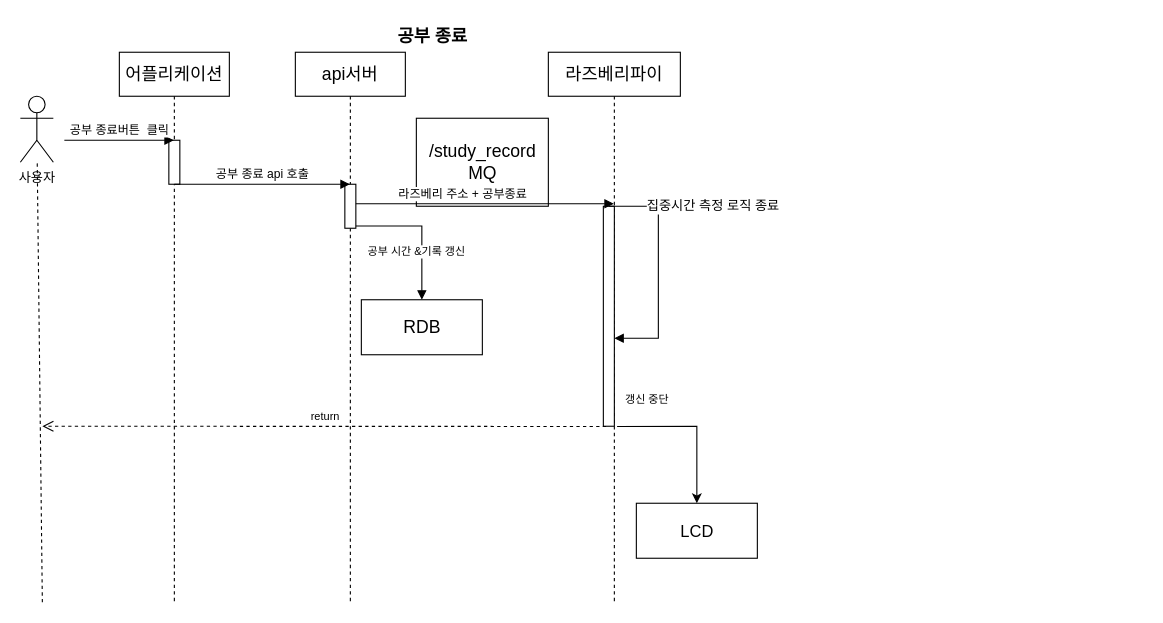
Before: page "공부 종료" (4 of 11) of doc/UML.drawio in veryneuron/study_mate_project, a draw.io diagram. Source tidied: cells renumbered, new cells numbered last; positions are measured from the earlier drawing's top-left corner, leaving out a move shared by most shapes. Both pictures are drawn from the tidied source at 110%, with x=0, y=0 at pixel (20, 19).
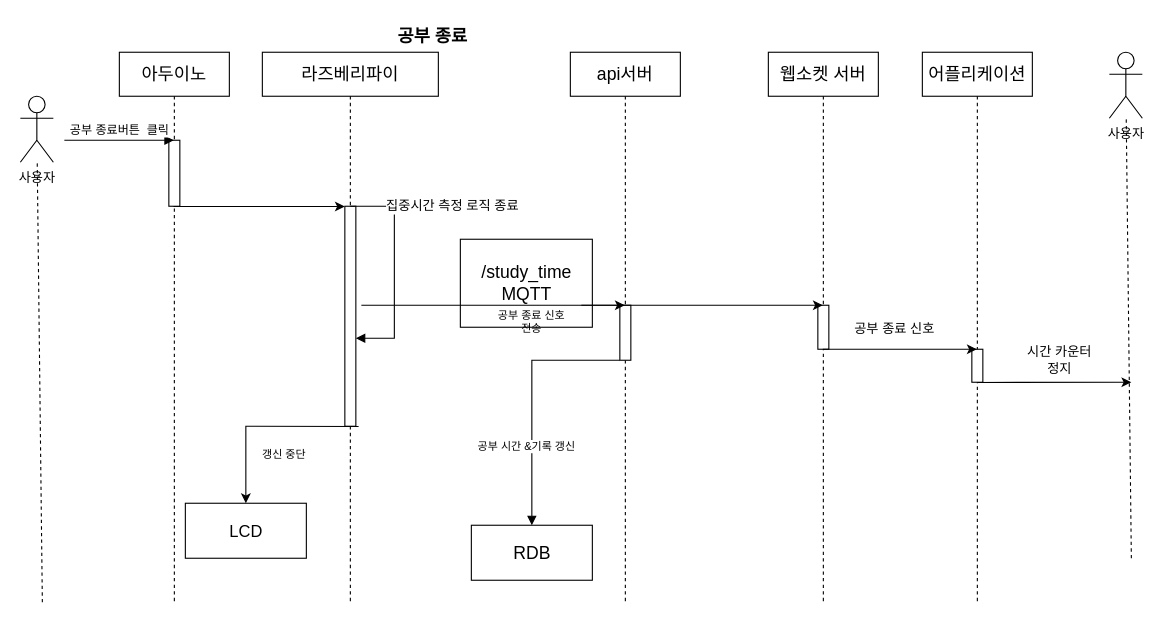
Above is the later version.

Change to the diagram source:
```diff
@@
     <mxCell id="3" value="api서버" style="shape=umlLifeline;perimeter=lifelinePerimeter;whiteSpace=wrap;html=1;outlineConnect=0;fontSize=16;" parent="1" vertex="1">
-      <mxGeometry x="250" y="30" width="100" height="500" as="geometry" />
+      <mxGeometry x="500" y="30" width="100" height="500" as="geometry" />
     </mxCell>
     <mxCell id="4" style="html=1;points=[];perimeter=orthogonalPerimeter;" parent="3" vertex="1">
-      <mxGeometry x="45" y="120" width="10" height="40" as="geometry" />
+      <mxGeometry x="45" y="230" width="10" height="50" as="geometry" />
     </mxCell>
     <mxCell id="5" value="라즈베리파이" style="shape=umlLifeline;perimeter=lifelinePerimeter;whiteSpace=wrap;html=1;outlineConnect=0;fontSize=16;" parent="1" vertex="1">
-      <mxGeometry x="480" y="30" width="120" height="500" as="geometry" />
+      <mxGeometry x="220" y="30" width="160" height="500" as="geometry" />
     </mxCell>
     <mxCell id="6" style="html=1;points=[];perimeter=orthogonalPerimeter;fontSize=12;" parent="5" vertex="1">
-      <mxGeometry x="50" y="140" width="10" height="200" as="geometry" />
+      <mxGeometry x="75" y="140" width="10" height="200" as="geometry" />
     </mxCell>
     <mxCell id="7" value="집중시간 측정 로직 종료" style="edgeStyle=orthogonalEdgeStyle;html=1;align=left;spacingLeft=2;endArrow=block;rounded=0;fontSize=12;" parent="5" edge="1" target="6">
       <mxGeometry x="-0.7" relative="1" as="geometry">
-        <mxPoint x="55" y="140" as="sourcePoint" />
+        <mxPoint x="80" y="140" as="sourcePoint" />
         <Array as="points">
-          <mxPoint x="100" y="140" />
-          <mxPoint x="100" y="260" />
+          <mxPoint x="120" y="140" />
+          <mxPoint x="120" y="260" />
         </Array>
       </mxGeometry>
     </mxCell>
     <mxCell id="8" value="갱신 중단" style="text;html=1;strokeColor=none;fillColor=none;align=center;verticalAlign=middle;whiteSpace=wrap;rounded=0;fontSize=10;" parent="5" vertex="1">
-      <mxGeometry x="60" y="300" width="60" height="30" as="geometry" />
+      <mxGeometry x="-10" y="350" width="60" height="30" as="geometry" />
     </mxCell>
+    <mxCell id="17" value="LCD" style="html=1;fontSize=15;" parent="5" vertex="1">
+      <mxGeometry x="-70" y="410" width="110" height="50" as="geometry" />
+    </mxCell>
+    <mxCell id="19" style="endArrow=classic;html=1;rounded=0;fontSize=10;entryX=0.5;entryY=0;entryDx=0;entryDy=0;exitX=1.25;exitY=1.001;exitDx=0;exitDy=0;exitPerimeter=0;" parent="5" edge="1" source="6" target="17">
+      <mxGeometry relative="1" as="geometry">
+        <Array as="points">
+          <mxPoint x="-15" y="340" />
+        </Array>
+      </mxGeometry>
+    </mxCell>
-    <mxCell id="9" value="/study_record&lt;br&gt;MQ" style="html=1;fontSize=16;" parent="1" vertex="1">
-      <mxGeometry x="360" y="90" width="120" height="80" as="geometry" />
+    <mxCell id="9" value="/study_time&lt;br&gt;MQTT" style="html=1;fontSize=16;" parent="1" vertex="1">
+      <mxGeometry x="400" y="200" width="120" height="80" as="geometry" />
     </mxCell>
-    <mxCell id="10" value="어플리케이션" style="shape=umlLifeline;perimeter=lifelinePerimeter;whiteSpace=wrap;html=1;outlineConnect=0;fontSize=16;" parent="1" vertex="1">
+    <mxCell id="10" value="아두이노" style="shape=umlLifeline;perimeter=lifelinePerimeter;whiteSpace=wrap;html=1;outlineConnect=0;fontSize=16;" parent="1" vertex="1">
       <mxGeometry x="90" y="30" width="100" height="500" as="geometry" />
     </mxCell>
     <mxCell id="11" style="html=1;points=[];perimeter=orthogonalPerimeter;" parent="10" vertex="1">
-      <mxGeometry x="45" y="80" width="10" height="40" as="geometry" />
+      <mxGeometry x="45" y="80" width="10" height="60" as="geometry" />
     </mxCell>
@@
-    <mxCell id="14" value="공부 종료 api 호출" style="html=1;verticalAlign=bottom;endArrow=block;rounded=0;" parent="1" edge="1" target="3">
-      <mxGeometry relative="1" as="geometry">
-        <mxPoint x="140" y="150" as="sourcePoint" />
-      </mxGeometry>
-    </mxCell>
     <mxCell id="15" value="공부 시간 &amp;amp;기록 갱신" style="html=1;verticalAlign=bottom;endArrow=block;rounded=0;entryX=0.5;entryY=0;entryDx=0;entryDy=0;fontSize=10;" parent="1" edge="1" source="4" target="18">
       <mxGeometry x="0.45" y="-5" relative="1" as="geometry">
         <Array as="points">
-          <mxPoint x="365" y="188" />
+          <mxPoint x="465" y="310" />
         </Array>
       </mxGeometry>
     </mxCell>
-    <mxCell id="16" value="라즈베리 주소 + 공부종료" style="html=1;verticalAlign=bottom;endArrow=block;rounded=0;exitX=1;exitY=0.442;exitDx=0;exitDy=0;exitPerimeter=0;" parent="1" edge="1" source="4" target="5">
-      <mxGeometry x="-0.17" relative="1" as="geometry" />
-    </mxCell>
-    <mxCell id="17" value="LCD" style="html=1;fontSize=15;" parent="1" vertex="1">
-      <mxGeometry x="560" y="440" width="110" height="50" as="geometry" />
-    </mxCell>
     <mxCell id="18" value="RDB" style="html=1;fontSize=16;" parent="1" vertex="1">
-      <mxGeometry x="310" y="255" width="110" height="50" as="geometry" />
+      <mxGeometry x="410" y="460" width="110" height="50" as="geometry" />
     </mxCell>
-    <mxCell id="19" style="endArrow=classic;html=1;rounded=0;fontSize=10;entryX=0.5;entryY=0;entryDx=0;entryDy=0;exitX=1.25;exitY=1.001;exitDx=0;exitDy=0;exitPerimeter=0;" parent="1" edge="1" source="6" target="17">
-      <mxGeometry relative="1" as="geometry">
-        <Array as="points">
-          <mxPoint x="615" y="370" />
-        </Array>
-      </mxGeometry>
-    </mxCell>
-    <mxCell id="20" value="return" style="html=1;verticalAlign=bottom;endArrow=open;dashed=1;endSize=8;rounded=0;fontSize=10;exitX=0.25;exitY=1.001;exitDx=0;exitDy=0;exitPerimeter=0;" parent="1" edge="1" source="6">
-      <mxGeometry relative="1" as="geometry">
-        <mxPoint x="20" y="370" as="targetPoint" />
-      </mxGeometry>
-    </mxCell>
@@
+    <mxCell id="22" style="endArrow=classic;html=1;rounded=0;fontSize=10;exitX=0.417;exitY=1.004;exitDx=0;exitDy=0;exitPerimeter=0;" parent="1" edge="1" source="11" target="6">
+      <mxGeometry relative="1" as="geometry" />
+    </mxCell>
+    <mxCell id="23" style="endArrow=classic;html=1;rounded=0;fontSize=10;" parent="1" edge="1" target="3">
+      <mxGeometry relative="1" as="geometry">
+        <mxPoint x="310" y="260" as="sourcePoint" />
+      </mxGeometry>
+    </mxCell>
+    <mxCell id="24" value="공부 종료 신호 전송" style="text;html=1;strokeColor=none;fillColor=none;align=center;verticalAlign=middle;whiteSpace=wrap;rounded=0;fontSize=10;" parent="1" vertex="1">
+      <mxGeometry x="430" y="260" width="70" height="30" as="geometry" />
+    </mxCell>
+    <mxCell id="25" value="웹소켓 서버" style="shape=umlLifeline;perimeter=lifelinePerimeter;whiteSpace=wrap;html=1;outlineConnect=0;fontSize=16;" parent="1" vertex="1">
+      <mxGeometry x="680" y="30" width="100" height="500" as="geometry" />
+    </mxCell>
+    <mxCell id="26" style="html=1;perimeter=orthogonalPerimeter;" parent="25" vertex="1">
+      <mxGeometry x="45" y="230" width="10" height="40" as="geometry" />
+    </mxCell>
+    <mxCell id="27" value="어플리케이션" style="shape=umlLifeline;perimeter=lifelinePerimeter;whiteSpace=wrap;html=1;outlineConnect=0;fontSize=16;" parent="1" vertex="1">
+      <mxGeometry x="820" y="30" width="100" height="500" as="geometry" />
+    </mxCell>
+    <mxCell id="28" style="html=1;points=[];perimeter=orthogonalPerimeter;" parent="27" vertex="1">
+      <mxGeometry x="45" y="270" width="10" height="30" as="geometry" />
+    </mxCell>
+    <mxCell id="29" value="&lt;font style=&quot;font-size: 12px;&quot;&gt;공부 종료 신호&lt;/font&gt;" style="text;html=1;strokeColor=none;fillColor=none;align=center;verticalAlign=middle;whiteSpace=wrap;rounded=0;fontSize=16;" parent="1" vertex="1">
+      <mxGeometry x="750" y="265" width="90" height="30" as="geometry" />
+    </mxCell>
+    <mxCell id="30" value="사용자" style="shape=umlActor;verticalLabelPosition=bottom;verticalAlign=top;html=1;" parent="1" vertex="1">
+      <mxGeometry x="990" y="30" width="30" height="60" as="geometry" />
+    </mxCell>
+    <mxCell id="31" style="endArrow=none;dashed=1;html=1;rounded=0;fontSize=10;" parent="1" edge="1" target="30">
+      <mxGeometry relative="1" as="geometry">
+        <mxPoint x="1010" y="490" as="sourcePoint" />
+      </mxGeometry>
+    </mxCell>
+    <mxCell id="32" style="endArrow=classic;html=1;rounded=0;fontSize=12;exitX=0.5;exitY=1.006;exitDx=0;exitDy=0;exitPerimeter=0;" parent="1" edge="1" source="28">
+      <mxGeometry relative="1" as="geometry">
+        <mxPoint x="1010" y="330" as="targetPoint" />
+      </mxGeometry>
+    </mxCell>
+    <mxCell id="33" value="시간 카운터 정지" style="text;html=1;strokeColor=none;fillColor=none;align=center;verticalAlign=middle;whiteSpace=wrap;rounded=0;fontSize=12;" parent="1" vertex="1">
+      <mxGeometry x="910" y="295" width="70" height="30" as="geometry" />
+    </mxCell>
+    <mxCell id="34" style="endArrow=classic;html=1;rounded=0;fontSize=12;" parent="1" edge="1" target="25">
+      <mxGeometry relative="1" as="geometry">
+        <mxPoint x="510" y="260" as="sourcePoint" />
+      </mxGeometry>
+    </mxCell>
+    <mxCell id="35" style="endArrow=classic;html=1;rounded=0;fontSize=12;" parent="1" edge="1" source="25" target="27">
+      <mxGeometry relative="1" as="geometry">
+        <Array as="points">
+          <mxPoint x="810" y="300" />
+        </Array>
+      </mxGeometry>
+    </mxCell>
```
